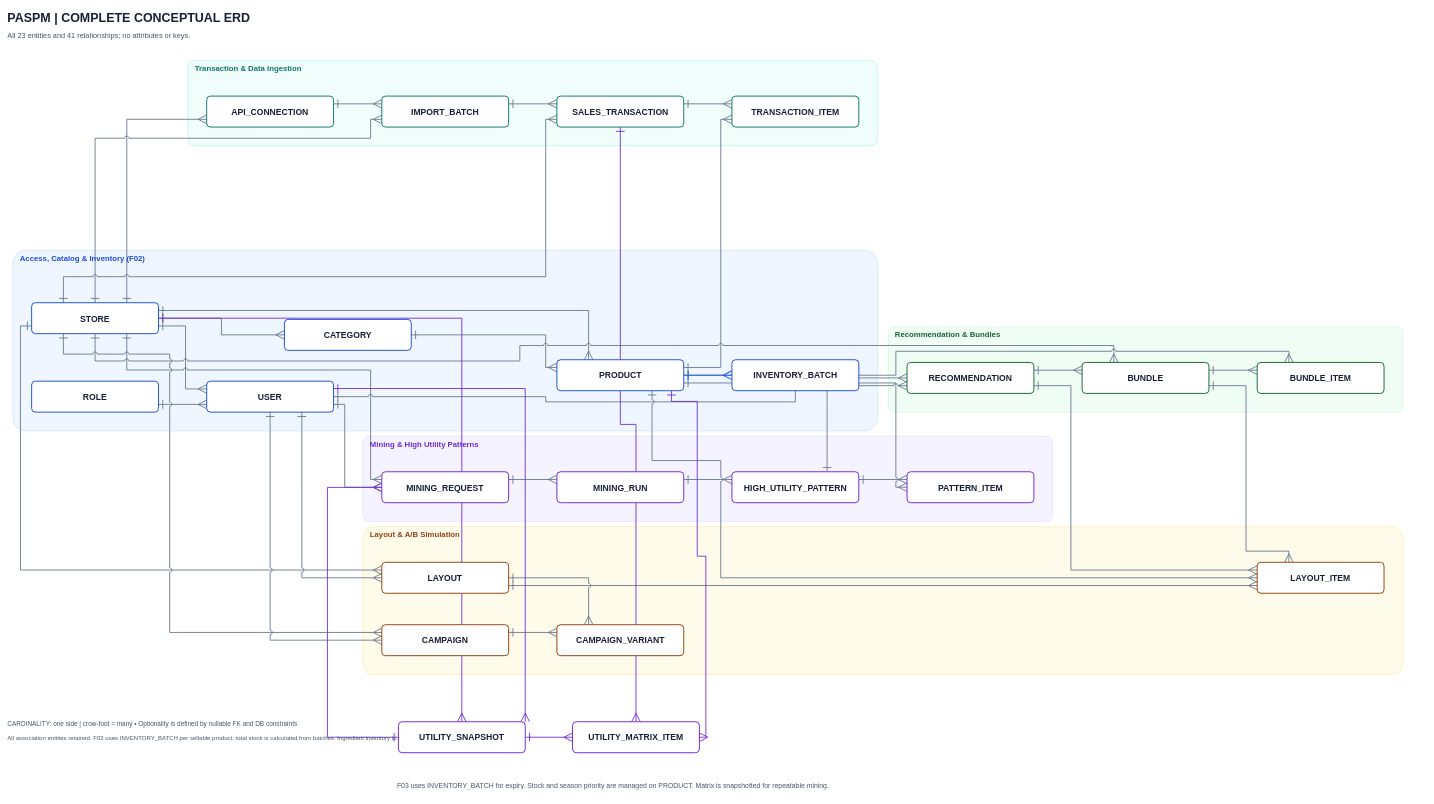
The draw.io diagram page "Complete Conceptual ERD — F03 Weights v4" (1 of 3) of docs/ERD_Diagram/PASPM_Complete_ERD_F03_Three_Weights_v4.drawio in PhanHoangDuy61/CP_FA26_PASPM_BE, before the edit. Source tidied: cells renumbered, new cells numbered last; positions are measured from the earlier drawing's top-left corner, leaving out a move shared by most shapes. Both pictures are drawn from the tidied source at 43%, with x=0, y=0 at pixel (7, 7).
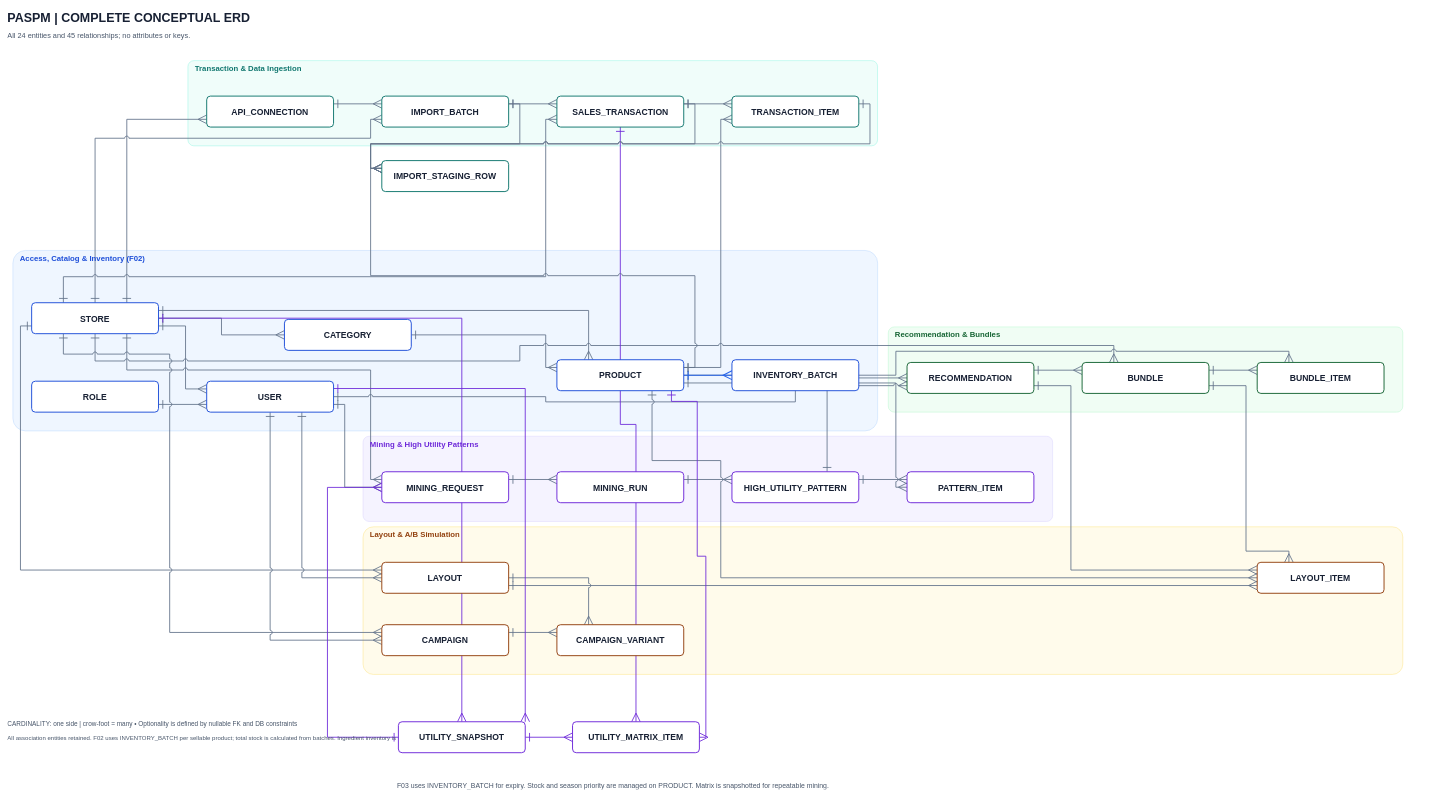
Above is the later version.

Unchanged cells that the change refers to:
```xml
<mxCell id="59" value="PRODUCT" style="rounded=1;arcSize=12;whiteSpace=wrap;html=1;shadow=0;fillColor=#FFFFFF;strokeColor=#1D4ED8;strokeWidth=2.2;align=center;verticalAlign=middle;fontColor=#172033;fontSize=20;fontStyle=1;fontFamily=Arial;spacing=8;" parent="1" vertex="1">
  <mxGeometry x="1277.6" y="819.1" width="295" height="72" as="geometry" />
</mxCell>
<mxCell id="62" value="IMPORT_BATCH" style="rounded=1;arcSize=12;whiteSpace=wrap;html=1;shadow=0;fillColor=#FFFFFF;strokeColor=#0F766E;strokeWidth=2.2;align=center;verticalAlign=middle;fontColor=#172033;fontSize=20;fontStyle=1;fontFamily=Arial;spacing=8;" parent="1" vertex="1">
  <mxGeometry x="870.4" y="206" width="295" height="72" as="geometry" />
</mxCell>
<mxCell id="63" value="SALES_TRANSACTION" style="rounded=1;arcSize=12;whiteSpace=wrap;html=1;shadow=0;fillColor=#FFFFFF;strokeColor=#0F766E;strokeWidth=2.2;align=center;verticalAlign=middle;fontColor=#172033;fontSize=20;fontStyle=1;fontFamily=Arial;spacing=8;" parent="1" vertex="1">
  <mxGeometry x="1277.6" y="206" width="295" height="72" as="geometry" />
</mxCell>
<mxCell id="64" value="TRANSACTION_ITEM" style="rounded=1;arcSize=12;whiteSpace=wrap;html=1;shadow=0;fillColor=#FFFFFF;strokeColor=#0F766E;strokeWidth=2.2;align=center;verticalAlign=middle;fontColor=#172033;fontSize=20;fontStyle=1;fontFamily=Arial;spacing=8;" parent="1" vertex="1">
  <mxGeometry x="1684.7" y="206" width="295" height="72" as="geometry" />
</mxCell>
```

The edit, as a diff of the source:
```diff
@@
-    <mxCell id="49" value="All 23 entities and 41 relationships; no attributes or keys." style="text;html=1;whiteSpace=wrap;overflow=hidden;align=left;verticalAlign=middle;fillColor=none;strokeColor=none;fontColor=#475569;fontSize=17;fontFamily=Arial;fontStyle=0;spacing=0;" parent="1" vertex="1">
+    <mxCell id="49" value="All 24 entities and 45 relationships; no attributes or keys." style="text;html=1;whiteSpace=wrap;overflow=hidden;align=left;verticalAlign=middle;fillColor=none;strokeColor=none;fontColor=#475569;fontSize=17;fontFamily=Arial;fontStyle=0;spacing=0;" parent="1" vertex="1">
       <mxGeometry y="53" width="3269.3" height="26" as="geometry" />
     </mxCell>
@@
+    <mxCell id="81" style="edgeStyle=orthogonalEdgeStyle;rounded=0;html=1;strokeColor=#64748B;strokeWidth=2;startArrow=ERone;startFill=0;startSize=17;endArrow=ERmany;endFill=0;endSize=17;jumpStyle=arc;jumpSize=8;entryDx=0;exitY=0.25;entryDy=0;exitDy=0;exitX=1;entryX=0;exitPerimeter=0;jettySize=26;entryY=0.25;exitDx=0;entryPerimeter=0;" parent="1" edge="1" source="62" target="85">
+      <mxGeometry relative="1" as="geometry" />
+    </mxCell>
+    <mxCell id="82" style="edgeStyle=orthogonalEdgeStyle;rounded=0;html=1;strokeColor=#64748B;strokeWidth=2;startArrow=ERone;startFill=0;startSize=17;endArrow=ERmany;endFill=0;endSize=17;jumpStyle=arc;jumpSize=8;entryDx=0;exitY=0.25;entryDy=0;exitDy=0;exitX=1;entryX=0;exitPerimeter=0;jettySize=26;entryY=0.25;exitDx=0;entryPerimeter=0;" parent="1" edge="1" source="59" target="85">
+      <mxGeometry relative="1" as="geometry" />
+    </mxCell>
+    <mxCell id="83" style="edgeStyle=orthogonalEdgeStyle;rounded=0;html=1;strokeColor=#64748B;strokeWidth=2;startArrow=ERone;startFill=0;startSize=17;endArrow=ERmany;endFill=0;endSize=17;jumpStyle=arc;jumpSize=8;entryDx=0;exitY=0.25;entryDy=0;exitDy=0;exitX=1;entryX=0;exitPerimeter=0;jettySize=26;entryY=0.25;exitDx=0;entryPerimeter=0;" parent="1" edge="1" source="63" target="85">
+      <mxGeometry relative="1" as="geometry" />
+    </mxCell>
+    <mxCell id="84" style="edgeStyle=orthogonalEdgeStyle;rounded=0;html=1;strokeColor=#64748B;strokeWidth=2;startArrow=ERone;startFill=0;startSize=17;endArrow=ERmany;endFill=0;endSize=17;jumpStyle=arc;jumpSize=8;entryDx=0;exitY=0.25;entryDy=0;exitDy=0;exitX=1;entryX=0;exitPerimeter=0;jettySize=26;entryY=0.25;exitDx=0;entryPerimeter=0;" parent="1" edge="1" source="64" target="85">
+      <mxGeometry relative="1" as="geometry" />
+    </mxCell>
+    <mxCell id="85" value="IMPORT_STAGING_ROW" style="rounded=1;arcSize=12;whiteSpace=wrap;html=1;shadow=0;fillColor=#FFFFFF;strokeColor=#0F766E;strokeWidth=2.2;align=center;verticalAlign=middle;fontColor=#172033;fontSize=20;fontStyle=1;fontFamily=Arial;spacing=8;" parent="1" vertex="1">
+      <mxGeometry x="870.4" y="356" width="295" height="72" as="geometry" />
+    </mxCell>
```
